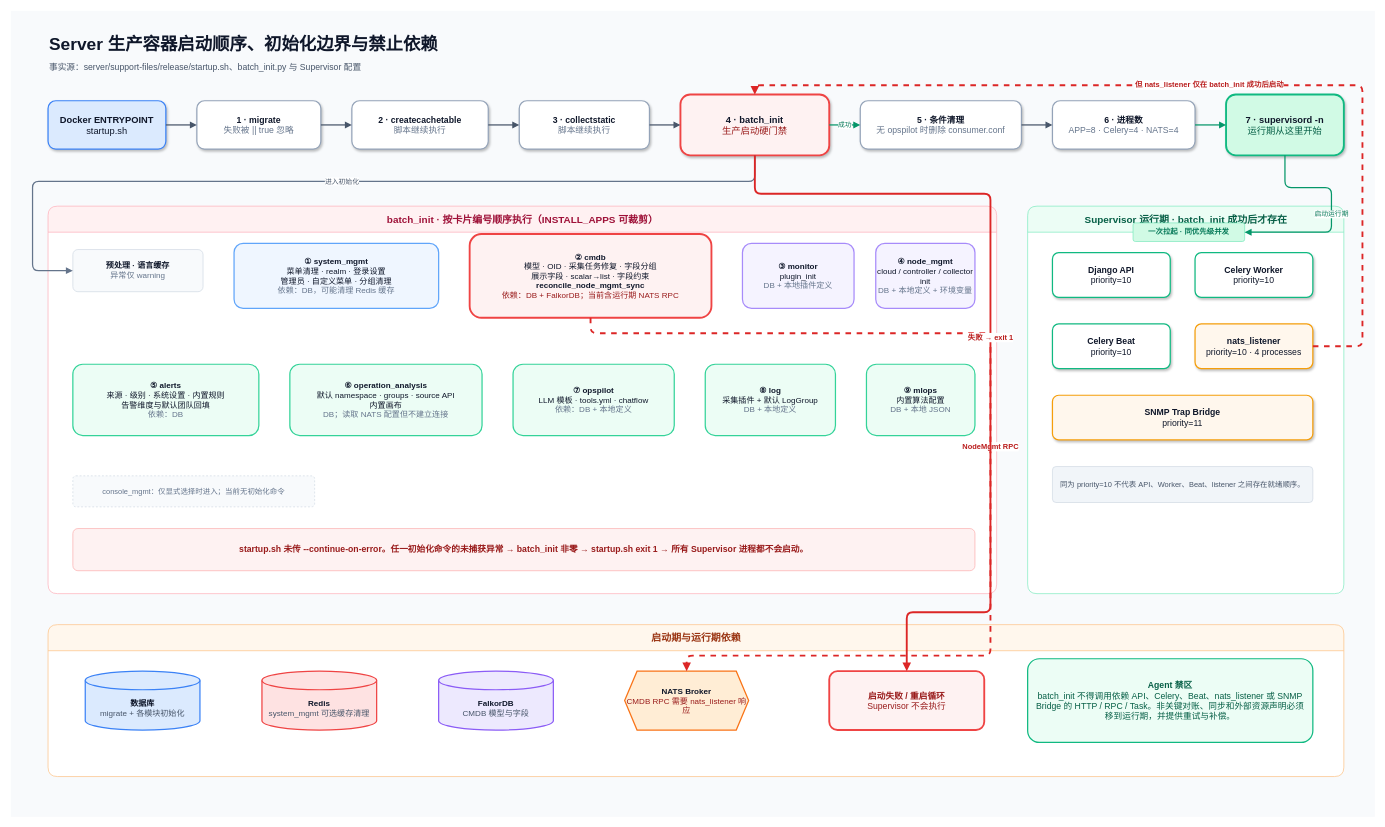
Above: page "Server启动顺序与禁区" (2 of 2) of docs/project-service-dependency.drawio in TencentBlueKing/bk-lite (draw.io), before the change. Source tidied: cells renumbered, new cells numbered last; positions are measured from the earlier drawing's top-left corner, leaving out a move shared by most shapes. Both pictures are drawn from the tidied source at 62%, with x=0, y=0 at pixel (11, 11).
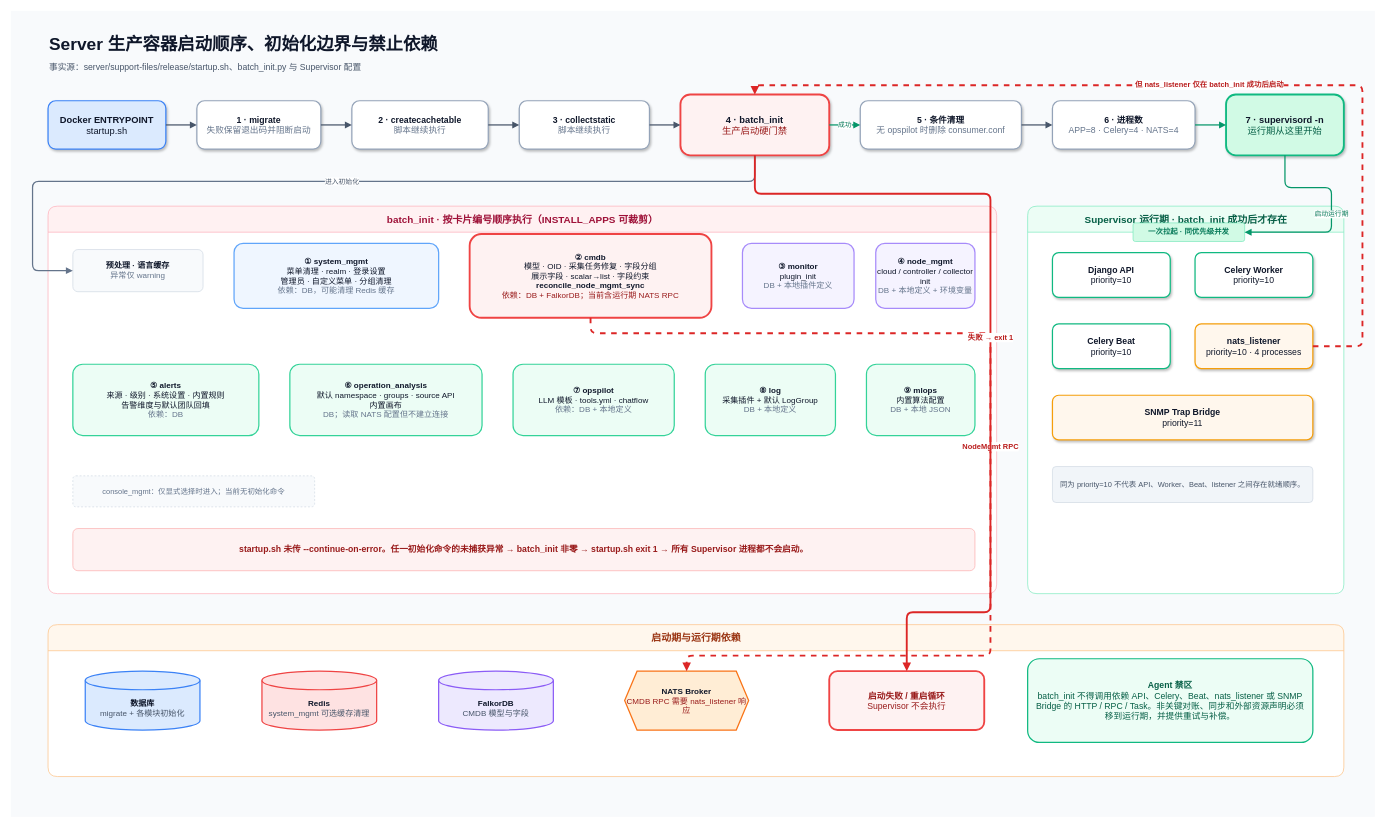
Above is the later version.

Diff of the diagram source:
```diff
@@
-    <mxCell id="6" value="&lt;b&gt;1 · migrate&lt;/b&gt;&lt;br&gt;&lt;font color=&quot;#64748B&quot;&gt;失败被 || true 忽略&lt;/font&gt;" style="rounded=1;whiteSpace=wrap;html=1;fillColor=#FFFFFF;strokeColor=#94A3B8;strokeWidth=2;fontColor=#0F172A;fontSize=14;arcSize=16;shadow=1;" parent="1" vertex="1">
+    <mxCell id="6" value="&lt;b&gt;1 · migrate&lt;/b&gt;&lt;br&gt;&lt;font color=&quot;#64748B&quot;&gt;失败保留退出码并阻断启动&lt;/font&gt;" style="rounded=1;whiteSpace=wrap;html=1;fillColor=#FFFFFF;strokeColor=#94A3B8;strokeWidth=2;fontColor=#0F172A;fontSize=14;arcSize=16;shadow=1;" parent="1" vertex="1">
       <mxGeometry x="300" y="145" width="200" height="78" as="geometry" />
     </mxCell>
```
